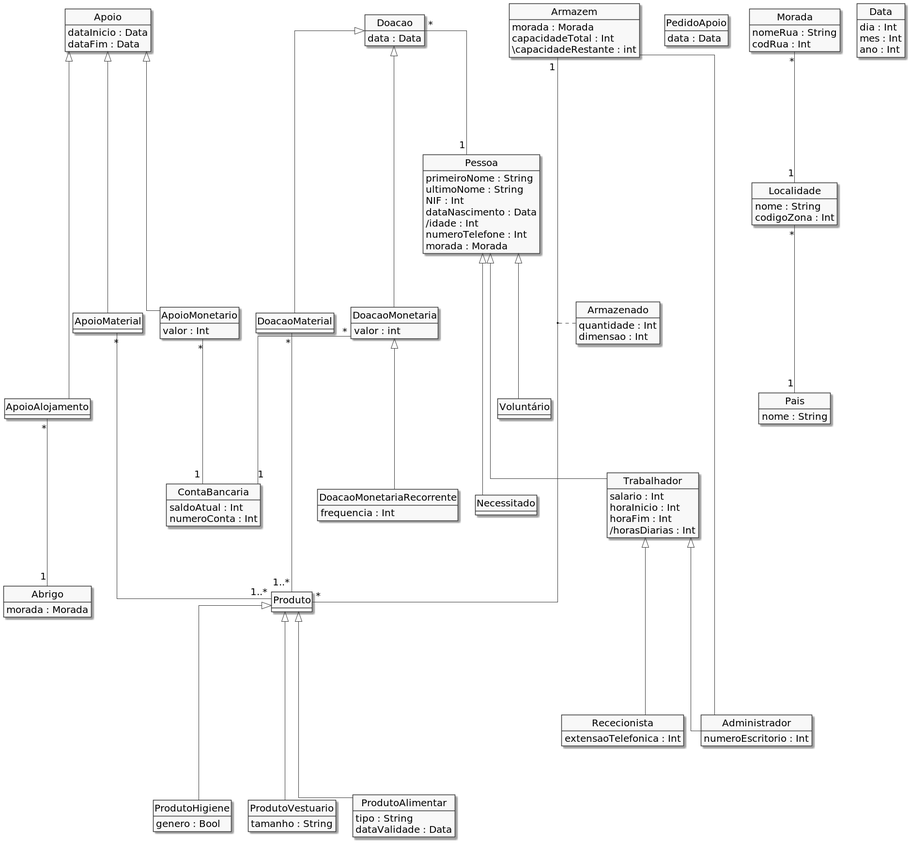
Before: Delivery_I/diagram.png, a diagram exported from PlantUML (francisco-rente/FEUP-BDAD). The source it was exported from:
```plantuml
@startuml
skinparam linetype ortho
skinparam monochrome true
hide circle
skinparam Shadowing Falseskinparam nodesep 100
skinparam ranksep 100
skinparam DefaultFontSize 20
hide empty methods

class Pessoa {
    primeiroNome : String
    ultimoNome : String
    NIF : Int
    dataNascimento : Data
    /idade : Int
    numeroTelefone : Int
    morada : Morada
}

class Trabalhador {
    salario : Int
    horaInicio : Int
    horaFim : Int
    /horasDiarias : Int
}

class Administrador {
    numeroEscritorio : Int
}

class Rececionista {
    extensaoTelefonica : Int
}

class Necessitado {}

class Apoio {
    dataInicio : Data
    dataFim : Data
}

class ApoioMonetario {
    valor : Int
}

class ApoioMaterial {}

class ApoioAlojamento {}

class Doacao {
    data : Data
}

class DoacaoMaterial {}

class DoacaoMonetaria {
    valor : int
}

class Produto {}

class ProdutoAlimentar {
    tipo : String
    dataValidade : Data
}

class ProdutoHigiene {
    genero : Bool
}

class ProdutoVestuario {
    tamanho : String
}

class Armazem {
    morada : Morada
    capacidadeTotal : Int
    \capacidadeRestante : int
}

class Abrigo {
    morada : Morada
}

class DoacaoMonetariaRecorrente {
    frequencia : Int
}

class ContaBancaria {
    saldoAtual : Int
    numeroConta : Int
}

class Armazenado {
    quantidade : Int
    dimensao : Int
}

class PedidoApoio {
    data : Data
}

class Morada {
    nomeRua : String
    codRua : Int
}

class Localidade {
    nome : String
    codigoZona : Int
}

class Pais {
    nome : String
}

class Data {
    dia : Int
    mes : Int
    ano : Int
}

Pessoa <|---- Trabalhador
Pessoa <|--- Voluntário
Pessoa <|---- Necessitado

Trabalhador <|---- Administrador
Trabalhador <|---- Rececionista

Doacao <|---- DoacaoMaterial
Doacao <|---- DoacaoMonetaria

Apoio <|---- ApoioMonetario
Apoio <|---- ApoioMaterial
Apoio <|----- ApoioAlojamento

Produto <|---- ProdutoAlimentar
Produto <|---- ProdutoHigiene
Produto <|---- ProdutoVestuario

Doacao "*" --- "1" Pessoa
DoacaoMaterial "*" ---- "1..*" Produto
DoacaoMonetaria <|--- DoacaoMonetariaRecorrente

ApoioMaterial "*" ---- "1..*" Produto

ApoioAlojamento "*" --- "1" Abrigo

DoacaoMonetaria "*" --- "1" ContaBancaria
ApoioMonetario "*" --- "1" ContaBancaria

Armazem "1" ---- "*" Produto
(Armazem,Produto) .... Armazenado
Armazem --- Administrador

Morada "*" --- "1" Localidade
Localidade "*" --- "1" Pais




@enduml
```
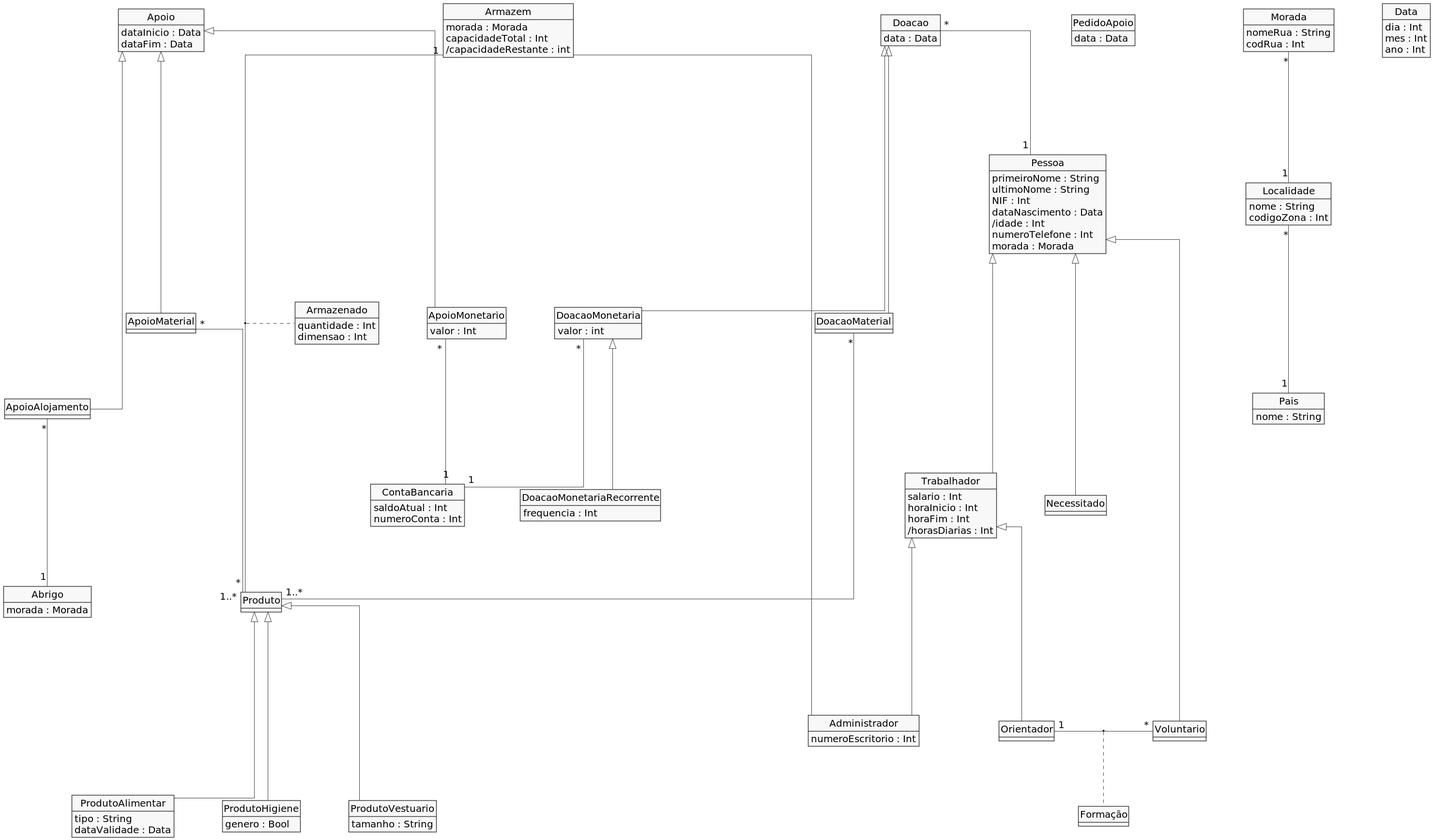
The same diagram one commit later.

Diff of the diagram source:
```diff
@@ -2,7 +2,8 @@
 skinparam linetype ortho
 skinparam monochrome true
 hide circle
-skinparam Shadowing Falseskinparam nodesep 100
+skinparam Shadowing False
+skinparam nodesep 100
 skinparam ranksep 100
 skinparam DefaultFontSize 20
 hide empty methods
@@ -28,9 +29,7 @@
     numeroEscritorio : Int
 }
 
-class Rececionista {
-    extensaoTelefonica : Int
-}
+class Orientador {}
 
 class Necessitado {}
 
@@ -75,7 +74,7 @@
 class Armazem {
     morada : Morada
     capacidadeTotal : Int
-    \capacidadeRestante : int
+    /capacidadeRestante : int
 }
 
 class Abrigo {
@@ -121,11 +120,11 @@
 }
 
 Pessoa <|---- Trabalhador
-Pessoa <|--- Voluntário
+Pessoa <|--- Voluntario
 Pessoa <|---- Necessitado
 
 Trabalhador <|---- Administrador
-Trabalhador <|---- Rececionista
+Trabalhador <|---- Orientador
 
 Doacao <|---- DoacaoMaterial
 Doacao <|---- DoacaoMonetaria
@@ -137,6 +136,9 @@
 Produto <|---- ProdutoAlimentar
 Produto <|---- ProdutoHigiene
 Produto <|---- ProdutoVestuario
+
+Orientador "1" - "*" Voluntario
+(Orientador, Voluntario) ... Formação
 
 Doacao "*" --- "1" Pessoa
 DoacaoMaterial "*" ---- "1..*" Produto
```
